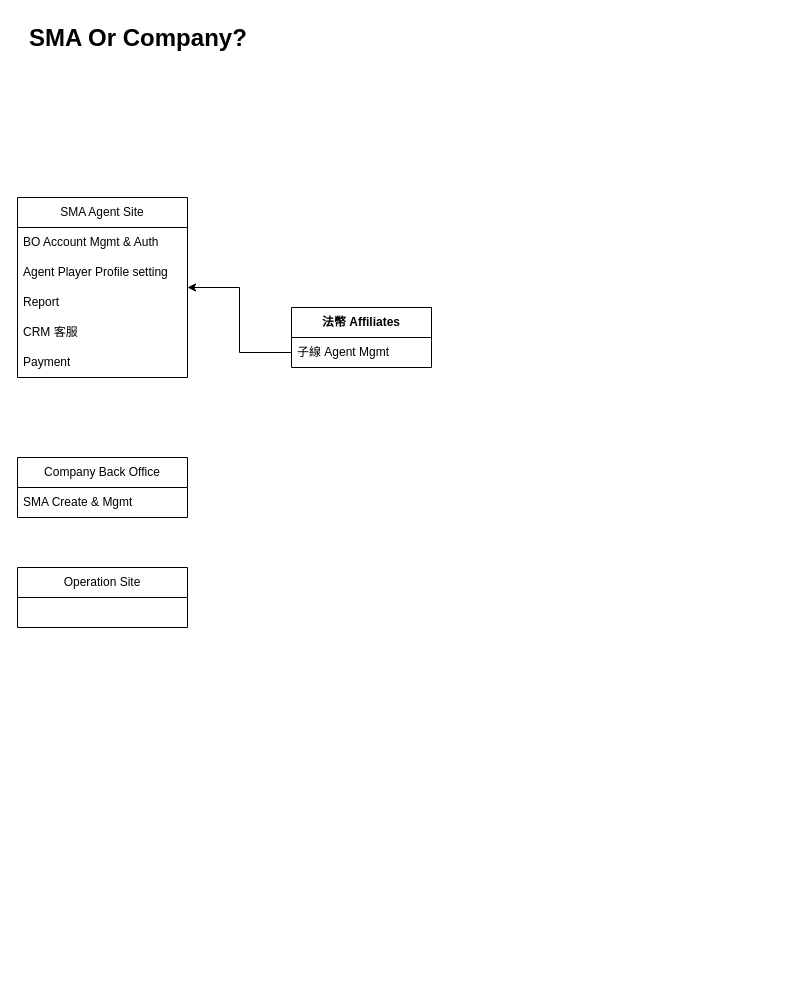
Before: page "開發順序" (4 of 4) of Bluewhale.drawio in ZoeHYH/Bluewhale, a draw.io diagram. Source tidied: cells renumbered, new cells numbered last; positions are measured from the earlier drawing's top-left corner, leaving out a move shared by most shapes. Both pictures are drawn from the tidied source at 100%, with x=0, y=0 at pixel (17, 17).
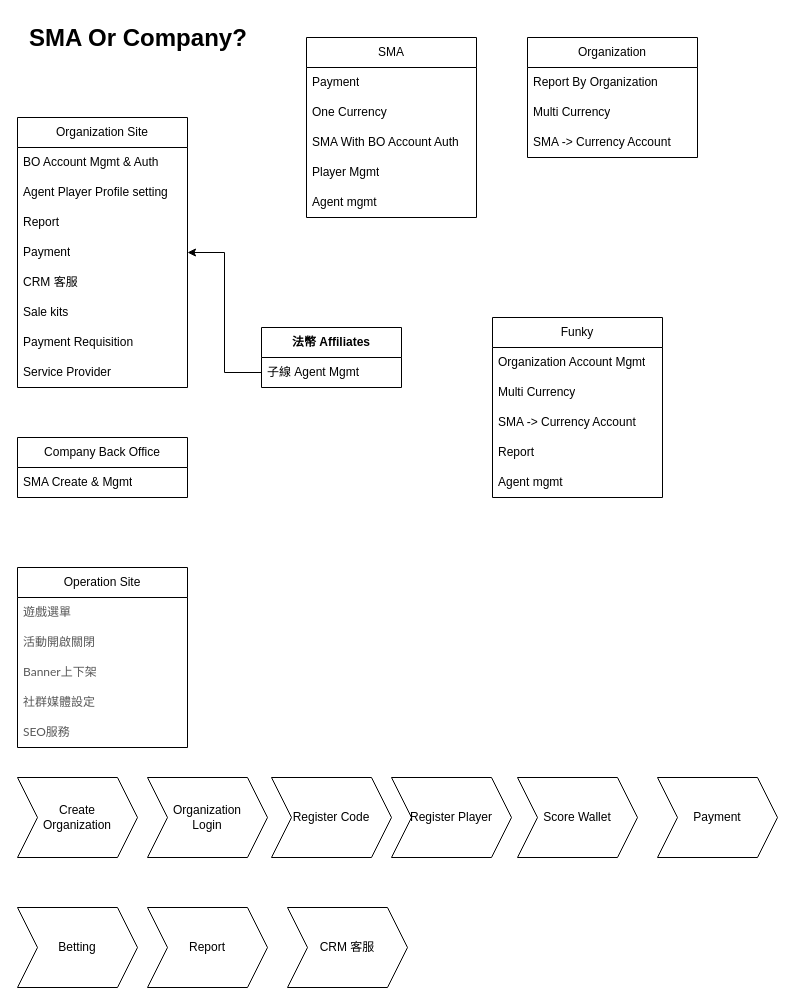
After the change.

Change to the diagram source:
```diff
@@
     <mxCell id="2" value="&lt;span style=&quot;font-weight: 700;&quot;&gt;法幣 Affiliates&lt;/span&gt;" style="swimlane;fontStyle=0;horizontal=1;startSize=30;whiteSpace=wrap;html=1;" parent="1" vertex="1">
-      <mxGeometry x="274" y="290" width="140" height="60" as="geometry" />
+      <mxGeometry x="244" y="310" width="140" height="60" as="geometry" />
     </mxCell>
@@
-    <mxCell id="4" value="SMA Agent Site" style="swimlane;fontStyle=0;horizontal=1;startSize=30;whiteSpace=wrap;html=1;" parent="1" vertex="1">
-      <mxGeometry y="180" width="170" height="180" as="geometry" />
+    <mxCell id="4" value="&lt;span style=&quot;text-align: left;&quot;&gt;Organization&amp;nbsp;&lt;/span&gt;Site" style="swimlane;fontStyle=0;horizontal=1;startSize=30;whiteSpace=wrap;html=1;" parent="1" vertex="1">
+      <mxGeometry y="100" width="170" height="270" as="geometry" />
     </mxCell>
@@
+    <mxCell id="15" value="Payment" style="text;strokeColor=none;fillColor=none;align=left;verticalAlign=middle;spacingLeft=4;spacingRight=4;overflow=hidden;whiteSpace=wrap;html=1;" parent="4" vertex="1">
+      <mxGeometry y="120" width="170" height="30" as="geometry" />
+    </mxCell>
     <mxCell id="8" value="CRM 客服" style="text;strokeColor=none;fillColor=none;align=left;verticalAlign=middle;spacingLeft=4;spacingRight=4;overflow=hidden;whiteSpace=wrap;html=1;" parent="4" vertex="1">
-      <mxGeometry y="120" width="170" height="30" as="geometry" />
+      <mxGeometry y="150" width="170" height="30" as="geometry" />
     </mxCell>
+    <mxCell id="16" value="Sale kits" style="text;strokeColor=none;fillColor=none;align=left;verticalAlign=middle;spacingLeft=4;spacingRight=4;overflow=hidden;whiteSpace=wrap;html=1;" parent="4" vertex="1">
+      <mxGeometry y="180" width="170" height="30" as="geometry" />
+    </mxCell>
-    <mxCell id="9" value="Payment" style="text;strokeColor=none;fillColor=none;align=left;verticalAlign=middle;spacingLeft=4;spacingRight=4;overflow=hidden;whiteSpace=wrap;html=1;" parent="4" vertex="1">
-      <mxGeometry y="150" width="170" height="30" as="geometry" />
+    <mxCell id="9" value="Payment Requisition" style="text;strokeColor=none;fillColor=none;align=left;verticalAlign=middle;spacingLeft=4;spacingRight=4;overflow=hidden;whiteSpace=wrap;html=1;" parent="4" vertex="1">
+      <mxGeometry y="210" width="170" height="30" as="geometry" />
     </mxCell>
+    <mxCell id="17" value="Service Provider" style="text;strokeColor=none;fillColor=none;align=left;verticalAlign=middle;spacingLeft=4;spacingRight=4;overflow=hidden;whiteSpace=wrap;html=1;" parent="4" vertex="1">
+      <mxGeometry y="240" width="170" height="30" as="geometry" />
+    </mxCell>
@@
     <mxCell id="11" value="Company Back Office" style="swimlane;fontStyle=0;horizontal=1;startSize=30;whiteSpace=wrap;html=1;" parent="1" vertex="1">
-      <mxGeometry y="440" width="170" height="60" as="geometry" />
+      <mxGeometry y="420" width="170" height="60" as="geometry" />
     </mxCell>
@@
     <mxCell id="14" value="Operation Site" style="swimlane;fontStyle=0;horizontal=1;startSize=30;whiteSpace=wrap;html=1;" parent="1" vertex="1">
-      <mxGeometry y="550" width="170" height="60" as="geometry" />
+      <mxGeometry y="550" width="170" height="180" as="geometry" />
     </mxCell>
+    <mxCell id="18" value="&lt;span style=&quot;background-color: transparent; color: rgb(89, 89, 89); font-family: Lato, sans-serif; text-align: center; white-space-collapse: preserve;&quot;&gt;&lt;font style=&quot;font-size: 12px;&quot;&gt;遊戲選單&lt;/font&gt;&lt;/span&gt;" style="text;strokeColor=none;fillColor=none;align=left;verticalAlign=middle;spacingLeft=4;spacingRight=4;overflow=hidden;whiteSpace=wrap;html=1;" parent="14" vertex="1">
+      <mxGeometry y="30" width="170" height="30" as="geometry" />
+    </mxCell>
+    <mxCell id="19" value="&lt;div style=&quot;text-align: center;&quot;&gt;&lt;span style=&quot;background-color: initial; white-space-collapse: preserve;&quot;&gt;&lt;font face=&quot;Lato, sans-serif&quot; color=&quot;#595959&quot;&gt;活動開啟關閉&lt;/font&gt;&lt;/span&gt;&lt;/div&gt;" style="text;strokeColor=none;fillColor=none;align=left;verticalAlign=middle;spacingLeft=4;spacingRight=4;overflow=hidden;whiteSpace=wrap;html=1;" parent="14" vertex="1">
+      <mxGeometry y="60" width="170" height="30" as="geometry" />
+    </mxCell>
+    <mxCell id="20" value="&lt;div style=&quot;text-align: center;&quot;&gt;&lt;font face=&quot;Lato, sans-serif&quot; color=&quot;#595959&quot;&gt;&lt;span style=&quot;white-space-collapse: preserve;&quot;&gt;Banner上下架&lt;br/&gt;&lt;/span&gt;&lt;/font&gt;&lt;/div&gt;" style="text;strokeColor=none;fillColor=none;align=left;verticalAlign=middle;spacingLeft=4;spacingRight=4;overflow=hidden;whiteSpace=wrap;html=1;" parent="14" vertex="1">
+      <mxGeometry y="90" width="170" height="30" as="geometry" />
+    </mxCell>
+    <mxCell id="21" value="&lt;div style=&quot;text-align: center;&quot;&gt;&lt;font face=&quot;Lato, sans-serif&quot; color=&quot;#595959&quot;&gt;&lt;span style=&quot;white-space-collapse: preserve;&quot;&gt;社群媒體設定&lt;br/&gt;&lt;/span&gt;&lt;/font&gt;&lt;/div&gt;" style="text;strokeColor=none;fillColor=none;align=left;verticalAlign=middle;spacingLeft=4;spacingRight=4;overflow=hidden;whiteSpace=wrap;html=1;" parent="14" vertex="1">
+      <mxGeometry y="120" width="170" height="30" as="geometry" />
+    </mxCell>
+    <mxCell id="22" value="&lt;div style=&quot;text-align: center;&quot;&gt;&lt;font face=&quot;Lato, sans-serif&quot; color=&quot;#595959&quot;&gt;&lt;span style=&quot;white-space-collapse: preserve;&quot;&gt;SEO服務&lt;/span&gt;&lt;br&gt;&lt;/font&gt;&lt;/div&gt;" style="text;strokeColor=none;fillColor=none;align=left;verticalAlign=middle;spacingLeft=4;spacingRight=4;overflow=hidden;whiteSpace=wrap;html=1;" parent="14" vertex="1">
+      <mxGeometry y="150" width="170" height="30" as="geometry" />
+    </mxCell>
+    <mxCell id="23" value="Create &lt;br&gt;Organization" style="shape=step;perimeter=stepPerimeter;whiteSpace=wrap;html=1;fixedSize=1;" parent="1" vertex="1">
+      <mxGeometry y="760" width="120" height="80" as="geometry" />
+    </mxCell>
+    <mxCell id="24" value="Organization&lt;br&gt;Login" style="shape=step;perimeter=stepPerimeter;whiteSpace=wrap;html=1;fixedSize=1;" parent="1" vertex="1">
+      <mxGeometry x="130" y="760" width="120" height="80" as="geometry" />
+    </mxCell>
+    <mxCell id="25" value="Register Code" style="shape=step;perimeter=stepPerimeter;whiteSpace=wrap;html=1;fixedSize=1;" parent="1" vertex="1">
+      <mxGeometry x="254" y="760" width="120" height="80" as="geometry" />
+    </mxCell>
+    <mxCell id="26" value="Register Player" style="shape=step;perimeter=stepPerimeter;whiteSpace=wrap;html=1;fixedSize=1;" parent="1" vertex="1">
+      <mxGeometry x="374" y="760" width="120" height="80" as="geometry" />
+    </mxCell>
+    <mxCell id="27" value="Report" style="shape=step;perimeter=stepPerimeter;whiteSpace=wrap;html=1;fixedSize=1;" parent="1" vertex="1">
+      <mxGeometry x="130" y="890" width="120" height="80" as="geometry" />
+    </mxCell>
+    <mxCell id="28" value="CRM 客服" style="shape=step;perimeter=stepPerimeter;whiteSpace=wrap;html=1;fixedSize=1;" parent="1" vertex="1">
+      <mxGeometry x="270" y="890" width="120" height="80" as="geometry" />
+    </mxCell>
+    <mxCell id="29" value="Betting" style="shape=step;perimeter=stepPerimeter;whiteSpace=wrap;html=1;fixedSize=1;" parent="1" vertex="1">
+      <mxGeometry y="890" width="120" height="80" as="geometry" />
+    </mxCell>
+    <mxCell id="30" value="Score Wallet" style="shape=step;perimeter=stepPerimeter;whiteSpace=wrap;html=1;fixedSize=1;" parent="1" vertex="1">
+      <mxGeometry x="500" y="760" width="120" height="80" as="geometry" />
+    </mxCell>
+    <mxCell id="31" value="Payment" style="shape=step;perimeter=stepPerimeter;whiteSpace=wrap;html=1;fixedSize=1;" parent="1" vertex="1">
+      <mxGeometry x="640" y="760" width="120" height="80" as="geometry" />
+    </mxCell>
+    <mxCell id="32" value="SMA" style="swimlane;fontStyle=0;horizontal=1;startSize=30;whiteSpace=wrap;html=1;" parent="1" vertex="1">
+      <mxGeometry x="289" y="20" width="170" height="180" as="geometry" />
+    </mxCell>
+    <mxCell id="33" value="Payment" style="text;strokeColor=none;fillColor=none;align=left;verticalAlign=middle;spacingLeft=4;spacingRight=4;overflow=hidden;whiteSpace=wrap;html=1;" parent="32" vertex="1">
+      <mxGeometry y="30" width="170" height="30" as="geometry" />
+    </mxCell>
+    <mxCell id="34" value="One Currency" style="text;strokeColor=none;fillColor=none;align=left;verticalAlign=middle;spacingLeft=4;spacingRight=4;overflow=hidden;whiteSpace=wrap;html=1;" parent="32" vertex="1">
+      <mxGeometry y="60" width="170" height="30" as="geometry" />
+    </mxCell>
+    <mxCell id="35" value="SMA With BO Account Auth" style="text;strokeColor=none;fillColor=none;align=left;verticalAlign=middle;spacingLeft=4;spacingRight=4;overflow=hidden;whiteSpace=wrap;html=1;" parent="32" vertex="1">
+      <mxGeometry y="90" width="170" height="30" as="geometry" />
+    </mxCell>
+    <mxCell id="36" value="Player Mgmt" style="text;strokeColor=none;fillColor=none;align=left;verticalAlign=middle;spacingLeft=4;spacingRight=4;overflow=hidden;whiteSpace=wrap;html=1;" parent="32" vertex="1">
+      <mxGeometry y="120" width="170" height="30" as="geometry" />
+    </mxCell>
+    <mxCell id="37" value="Agent mgmt" style="text;strokeColor=none;fillColor=none;align=left;verticalAlign=middle;spacingLeft=4;spacingRight=4;overflow=hidden;whiteSpace=wrap;html=1;" parent="32" vertex="1">
+      <mxGeometry y="150" width="170" height="30" as="geometry" />
+    </mxCell>
+    <mxCell id="38" value="&lt;span style=&quot;text-align: left;&quot;&gt;Organization&lt;/span&gt;" style="swimlane;fontStyle=0;horizontal=1;startSize=30;whiteSpace=wrap;html=1;" parent="1" vertex="1">
+      <mxGeometry x="510" y="20" width="170" height="120" as="geometry" />
+    </mxCell>
+    <mxCell id="39" value="Report By Organization" style="text;strokeColor=none;fillColor=none;align=left;verticalAlign=middle;spacingLeft=4;spacingRight=4;overflow=hidden;whiteSpace=wrap;html=1;" parent="38" vertex="1">
+      <mxGeometry y="30" width="170" height="30" as="geometry" />
+    </mxCell>
+    <mxCell id="40" value="Multi Currency" style="text;strokeColor=none;fillColor=none;align=left;verticalAlign=middle;spacingLeft=4;spacingRight=4;overflow=hidden;whiteSpace=wrap;html=1;" parent="38" vertex="1">
+      <mxGeometry y="60" width="170" height="30" as="geometry" />
+    </mxCell>
+    <mxCell id="41" value="SMA -&amp;gt; Currency Account" style="text;strokeColor=none;fillColor=none;align=left;verticalAlign=middle;spacingLeft=4;spacingRight=4;overflow=hidden;whiteSpace=wrap;html=1;" parent="38" vertex="1">
+      <mxGeometry y="90" width="170" height="30" as="geometry" />
+    </mxCell>
+    <mxCell id="42" value="Funky" style="swimlane;fontStyle=0;horizontal=1;startSize=30;whiteSpace=wrap;html=1;" parent="1" vertex="1">
+      <mxGeometry x="475" y="300" width="170" height="180" as="geometry" />
+    </mxCell>
+    <mxCell id="43" value="Organization Account Mgmt" style="text;strokeColor=none;fillColor=none;align=left;verticalAlign=middle;spacingLeft=4;spacingRight=4;overflow=hidden;whiteSpace=wrap;html=1;" parent="42" vertex="1">
+      <mxGeometry y="30" width="170" height="30" as="geometry" />
+    </mxCell>
+    <mxCell id="44" value="Multi Currency" style="text;strokeColor=none;fillColor=none;align=left;verticalAlign=middle;spacingLeft=4;spacingRight=4;overflow=hidden;whiteSpace=wrap;html=1;" parent="42" vertex="1">
+      <mxGeometry y="60" width="170" height="30" as="geometry" />
+    </mxCell>
+    <mxCell id="45" value="SMA -&amp;gt; Currency Account" style="text;strokeColor=none;fillColor=none;align=left;verticalAlign=middle;spacingLeft=4;spacingRight=4;overflow=hidden;whiteSpace=wrap;html=1;" parent="42" vertex="1">
+      <mxGeometry y="90" width="170" height="30" as="geometry" />
+    </mxCell>
+    <mxCell id="46" value="Report" style="text;strokeColor=none;fillColor=none;align=left;verticalAlign=middle;spacingLeft=4;spacingRight=4;overflow=hidden;whiteSpace=wrap;html=1;" parent="42" vertex="1">
+      <mxGeometry y="120" width="170" height="30" as="geometry" />
+    </mxCell>
+    <mxCell id="47" value="Agent mgmt" style="text;strokeColor=none;fillColor=none;align=left;verticalAlign=middle;spacingLeft=4;spacingRight=4;overflow=hidden;whiteSpace=wrap;html=1;" parent="42" vertex="1">
+      <mxGeometry y="150" width="170" height="30" as="geometry" />
+    </mxCell>
```
